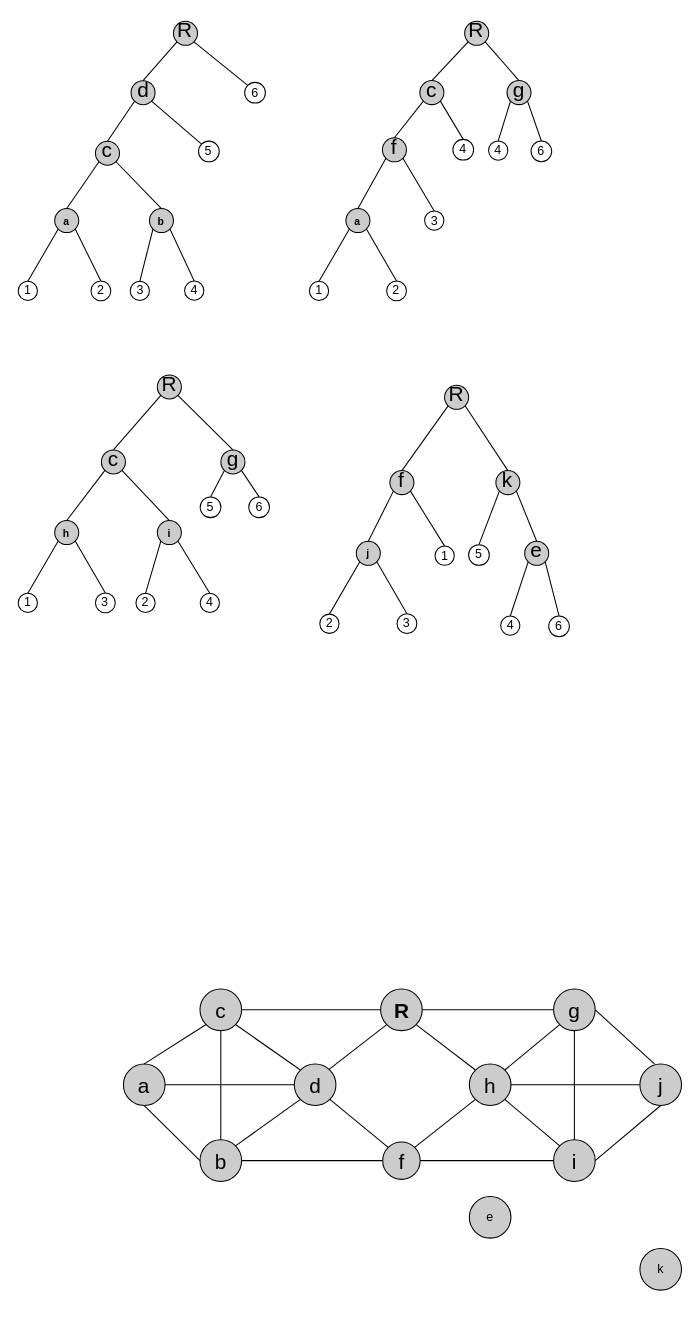
Earlier version of the draw.io diagram img/Fig5.drawio (tahiri-lab/PrismTree). Source tidied: cells renumbered, new cells numbered last; positions are measured from the earlier drawing's top-left corner, leaving out a move shared by most shapes. Both pictures are drawn from the tidied source at 104%, with x=0, y=0 at pixel (18, 21).
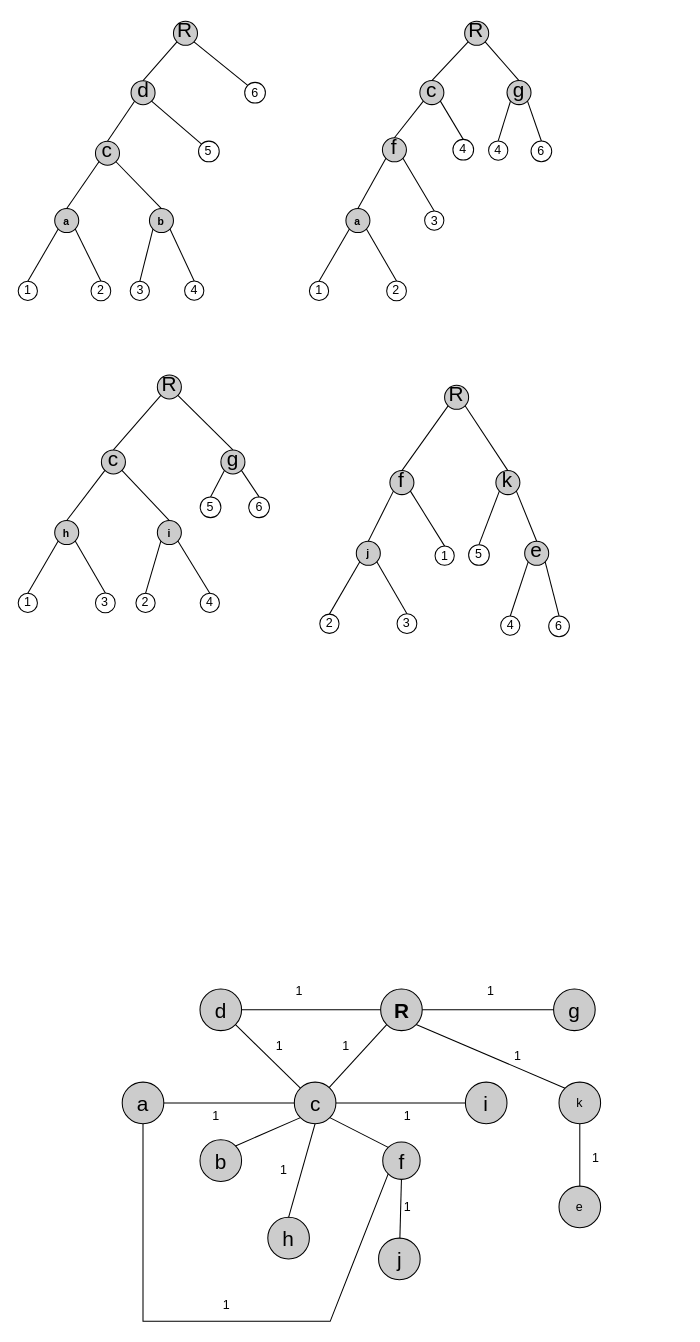
After the change.

The change refers to these unchanged cells:
```xml
<mxCell id="91" value="g" style="ellipse;whiteSpace=wrap;html=1;fontSize=20;fillColor=#CCCCCC;" parent="1" vertex="1">
  <mxGeometry x="514.8" y="930.5" width="40" height="40" as="geometry" />
</mxCell>
<mxCell id="92" value="&lt;b&gt;R&lt;br&gt;&lt;/b&gt;" style="ellipse;whiteSpace=wrap;html=1;fontSize=20;fillColor=#CCCCCC;" parent="1" vertex="1">
  <mxGeometry x="348.5" y="930.5" width="40" height="40" as="geometry" />
</mxCell>
<mxCell id="93" value="b" style="ellipse;whiteSpace=wrap;html=1;fontSize=20;fillColor=#cccccc;" parent="1" vertex="1">
  <mxGeometry x="174.8" y="1075.5" width="40" height="40" as="geometry" />
</mxCell>
<mxCell id="94" value="f" style="ellipse;whiteSpace=wrap;html=1;fontSize=20;fillColor=#CCCCCC;" parent="1" vertex="1">
  <mxGeometry x="350.5" y="1077.5" width="36" height="36" as="geometry" />
</mxCell>
```

Change to the diagram source:
```diff
@@
-    <mxCell id="90" value="c" style="ellipse;whiteSpace=wrap;html=1;fontSize=20;fillColor=#CCCCCC;" parent="1" vertex="1">
+    <mxCell id="90" value="d" style="ellipse;whiteSpace=wrap;html=1;fontSize=20;fillColor=#CCCCCC;" parent="1" vertex="1">
       <mxGeometry x="174.8" y="930.5" width="40" height="40" as="geometry" />
     </mxCell>
@@
     <mxCell id="95" value="i" style="ellipse;whiteSpace=wrap;html=1;fontSize=20;fillColor=#cccccc;" parent="1" vertex="1">
-      <mxGeometry x="514.8" y="1075.5" width="40" height="40" as="geometry" />
+      <mxGeometry x="430" y="1020" width="40" height="40" as="geometry" />
     </mxCell>
     <mxCell id="96" value="a" style="ellipse;whiteSpace=wrap;html=1;fontSize=20;fillColor=#cccccc;" parent="1" vertex="1">
-      <mxGeometry x="101.2" y="1002.5" width="40" height="40" as="geometry" />
+      <mxGeometry x="100" y="1020" width="40" height="40" as="geometry" />
     </mxCell>
     <mxCell id="97" value="j" style="ellipse;whiteSpace=wrap;html=1;fontSize=20;fillColor=#cccccc;" parent="1" vertex="1">
-      <mxGeometry x="597.8" y="1002.5" width="40" height="40" as="geometry" />
+      <mxGeometry x="346.5" y="1170" width="40" height="40" as="geometry" />
     </mxCell>
     <mxCell id="98" value="h" style="ellipse;whiteSpace=wrap;html=1;fontSize=20;fillColor=#CCCCCC;" parent="1" vertex="1">
-      <mxGeometry x="433.8" y="1002.5" width="40" height="40" as="geometry" />
+      <mxGeometry x="240" y="1150" width="40" height="40" as="geometry" />
     </mxCell>
-    <mxCell id="99" value="d" style="ellipse;whiteSpace=wrap;html=1;fontSize=20;fillColor=#CCCCCC;" parent="1" vertex="1">
-      <mxGeometry x="265.5" y="1002.5" width="40" height="40" as="geometry" />
+    <mxCell id="99" value="c" style="ellipse;whiteSpace=wrap;html=1;fontSize=20;fillColor=#CCCCCC;" parent="1" vertex="1">
+      <mxGeometry x="265.5" y="1020" width="40" height="40" as="geometry" />
     </mxCell>
@@
-    <mxCell id="102" style="endArrow=none;html=1;rounded=0;entryX=1;entryY=0.5;entryDx=0;entryDy=0;exitX=0;exitY=0.5;exitDx=0;exitDy=0;" parent="1" edge="1" source="94" target="93">
-      <mxGeometry relative="1" as="geometry" />
+    <mxCell id="102" style="endArrow=none;html=1;rounded=0;entryX=0.5;entryY=1;entryDx=0;entryDy=0;exitX=0;exitY=1;exitDx=0;exitDy=0;" parent="1" edge="1" source="94" target="96">
+      <mxGeometry relative="1" as="geometry">
+        <Array as="points">
+          <mxPoint x="300" y="1250" />
+          <mxPoint x="120" y="1250" />
+        </Array>
+      </mxGeometry>
     </mxCell>
-    <mxCell id="103" style="endArrow=none;html=1;rounded=0;entryX=1;entryY=0.5;entryDx=0;entryDy=0;exitX=0;exitY=0.5;exitDx=0;exitDy=0;" parent="1" edge="1" source="95" target="94">
+    <mxCell id="103" style="endArrow=none;html=1;rounded=0;entryX=1;entryY=0.5;entryDx=0;entryDy=0;exitX=0;exitY=0.5;exitDx=0;exitDy=0;" parent="1" edge="1" source="95" target="99">
       <mxGeometry relative="1" as="geometry" />
     </mxCell>
-    <mxCell id="104" style="endArrow=none;html=1;rounded=0;entryX=0.5;entryY=1;entryDx=0;entryDy=0;exitX=0;exitY=0.5;exitDx=0;exitDy=0;" parent="1" edge="1" source="93" target="96">
-      <mxGeometry relative="1" as="geometry" />
-    </mxCell>
-    <mxCell id="105" style="endArrow=none;html=1;rounded=0;entryX=0;entryY=1;entryDx=0;entryDy=0;exitX=0.5;exitY=0;exitDx=0;exitDy=0;" parent="1" edge="1" source="96" target="90">
-      <mxGeometry relative="1" as="geometry" />
-    </mxCell>
-    <mxCell id="106" style="endArrow=none;html=1;rounded=0;exitX=0.35;exitY=0;exitDx=0;exitDy=0;exitPerimeter=0;entryX=1;entryY=0.5;entryDx=0;entryDy=0;" parent="1" edge="1" source="97" target="91">
-      <mxGeometry relative="1" as="geometry" />
-    </mxCell>
-    <mxCell id="107" style="endArrow=none;html=1;rounded=0;entryX=0;entryY=0.5;entryDx=0;entryDy=0;exitX=1;exitY=0.5;exitDx=0;exitDy=0;" parent="1" edge="1" source="98" target="97">
-      <mxGeometry relative="1" as="geometry" />
-    </mxCell>
-    <mxCell id="108" style="endArrow=none;html=1;rounded=0;exitX=1;exitY=1;exitDx=0;exitDy=0;entryX=0;entryY=0;entryDx=0;entryDy=0;" parent="1" edge="1" source="98" target="95">
-      <mxGeometry relative="1" as="geometry" />
-    </mxCell>
-    <mxCell id="109" style="endArrow=none;html=1;rounded=0;entryX=1;entryY=1;entryDx=0;entryDy=0;exitX=0;exitY=0;exitDx=0;exitDy=0;" parent="1" edge="1" source="98" target="92">
-      <mxGeometry relative="1" as="geometry" />
-    </mxCell>
@@
-    <mxCell id="113" style="endArrow=none;html=1;rounded=0;entryX=0.5;entryY=1;entryDx=0;entryDy=0;exitX=0.5;exitY=0;exitDx=0;exitDy=0;" parent="1" edge="1" source="93" target="90">
-      <mxGeometry relative="1" as="geometry" />
-    </mxCell>
-    <mxCell id="114" style="endArrow=none;html=1;rounded=0;entryX=0.5;entryY=1;entryDx=0;entryDy=0;exitX=0.5;exitY=0;exitDx=0;exitDy=0;" parent="1" edge="1" source="95" target="91">
-      <mxGeometry relative="1" as="geometry" />
-    </mxCell>
-    <mxCell id="115" style="endArrow=none;html=1;rounded=0;entryX=0.5;entryY=1;entryDx=0;entryDy=0;exitX=1;exitY=0.5;exitDx=0;exitDy=0;" parent="1" edge="1" source="95" target="97">
-      <mxGeometry relative="1" as="geometry" />
+    <mxCell id="115" style="endArrow=none;html=1;rounded=0;exitX=0.5;exitY=1;exitDx=0;exitDy=0;" parent="1" edge="1" source="94">
+      <mxGeometry relative="1" as="geometry">
+        <mxPoint x="367" y="1170" as="targetPoint" />
+      </mxGeometry>
     </mxCell>
-    <mxCell id="116" style="endArrow=none;html=1;rounded=0;entryX=0;entryY=1;entryDx=0;entryDy=0;exitX=1;exitY=0;exitDx=0;exitDy=0;" parent="1" edge="1" source="94" target="98">
+    <mxCell id="116" style="endArrow=none;html=1;rounded=0;entryX=0.5;entryY=0;entryDx=0;entryDy=0;exitX=0.5;exitY=1;exitDx=0;exitDy=0;" parent="1" edge="1" source="99" target="98">
       <mxGeometry relative="1" as="geometry" />
     </mxCell>
     <mxCell id="117" value="k" style="ellipse;whiteSpace=wrap;html=1;fillColor=#CCCCCC;" parent="1" vertex="1">
-      <mxGeometry x="597.8" y="1180" width="40" height="40" as="geometry" />
+      <mxGeometry x="520" y="1020" width="40" height="40" as="geometry" />
     </mxCell>
@@
-    <mxCell id="120" style="endArrow=none;html=1;rounded=0;entryX=0;entryY=1;entryDx=0;entryDy=0;exitX=1;exitY=0;exitDx=0;exitDy=0;" parent="1" edge="1" source="98" target="91">
-      <mxGeometry relative="1" as="geometry" />
-    </mxCell>
     <mxCell id="121" value="e" style="ellipse;whiteSpace=wrap;html=1;fillColor=#CCCCCC;" parent="1" vertex="1">
-      <mxGeometry x="433.8" y="1130" width="40" height="40" as="geometry" />
+      <mxGeometry x="520" y="1120" width="40" height="40" as="geometry" />
     </mxCell>
+    <mxCell id="122" value="1" style="text;html=1;align=center;verticalAlign=middle;strokeColor=none;fillColor=none;" parent="1" vertex="1">
+      <mxGeometry x="255" y="918" width="30" height="30" as="geometry" />
+    </mxCell>
+    <mxCell id="123" value="1" style="text;html=1;align=center;verticalAlign=middle;strokeColor=none;fillColor=none;" parent="1" vertex="1">
+      <mxGeometry x="240" y="1090" width="30" height="30" as="geometry" />
+    </mxCell>
+    <mxCell id="124" value="1" style="text;html=1;align=center;verticalAlign=middle;strokeColor=none;fillColor=none;" parent="1" vertex="1">
+      <mxGeometry x="465" y="980" width="30" height="30" as="geometry" />
+    </mxCell>
+    <mxCell id="125" value="1" style="text;html=1;align=center;verticalAlign=middle;strokeColor=none;fillColor=none;" parent="1" vertex="1">
+      <mxGeometry x="358.5" y="1038" width="30" height="30" as="geometry" />
+    </mxCell>
+    <mxCell id="126" value="1" style="text;html=1;align=center;verticalAlign=middle;strokeColor=none;fillColor=none;" parent="1" vertex="1">
+      <mxGeometry x="184.8" y="1220" width="30" height="30" as="geometry" />
+    </mxCell>
+    <mxCell id="127" value="1" style="text;html=1;align=center;verticalAlign=middle;strokeColor=none;fillColor=none;" parent="1" vertex="1">
+      <mxGeometry x="540" y="1077.5" width="30" height="30" as="geometry" />
+    </mxCell>
+    <mxCell id="128" value="1" style="text;html=1;align=center;verticalAlign=middle;strokeColor=none;fillColor=none;" parent="1" vertex="1">
+      <mxGeometry x="358.5" y="1125" width="30" height="30" as="geometry" />
+    </mxCell>
+    <mxCell id="129" value="1" style="text;html=1;align=center;verticalAlign=middle;strokeColor=none;fillColor=none;" parent="1" vertex="1">
+      <mxGeometry x="235.5" y="970.5" width="30" height="30" as="geometry" />
+    </mxCell>
+    <mxCell id="130" value="1" style="text;html=1;align=center;verticalAlign=middle;strokeColor=none;fillColor=none;" parent="1" vertex="1">
+      <mxGeometry x="174.8" y="1038" width="30" height="30" as="geometry" />
+    </mxCell>
+    <mxCell id="131" value="1" style="text;html=1;align=center;verticalAlign=middle;strokeColor=none;fillColor=none;" parent="1" vertex="1">
+      <mxGeometry x="438.8" y="918" width="30" height="30" as="geometry" />
+    </mxCell>
+    <mxCell id="132" style="endArrow=none;html=1;rounded=0;entryX=1;entryY=1;entryDx=0;entryDy=0;exitX=0;exitY=0;exitDx=0;exitDy=0;" parent="1" edge="1" source="117" target="92">
+      <mxGeometry relative="1" as="geometry" />
+    </mxCell>
+    <mxCell id="133" style="endArrow=none;html=1;rounded=0;entryX=0.5;entryY=1;entryDx=0;entryDy=0;exitX=0.5;exitY=0;exitDx=0;exitDy=0;" parent="1" edge="1" source="121" target="117">
+      <mxGeometry relative="1" as="geometry" />
+    </mxCell>
+    <mxCell id="134" value="1" style="text;html=1;align=center;verticalAlign=middle;strokeColor=none;fillColor=none;" parent="1" vertex="1">
+      <mxGeometry x="300" y="970.5" width="30" height="30" as="geometry" />
+    </mxCell>
```
